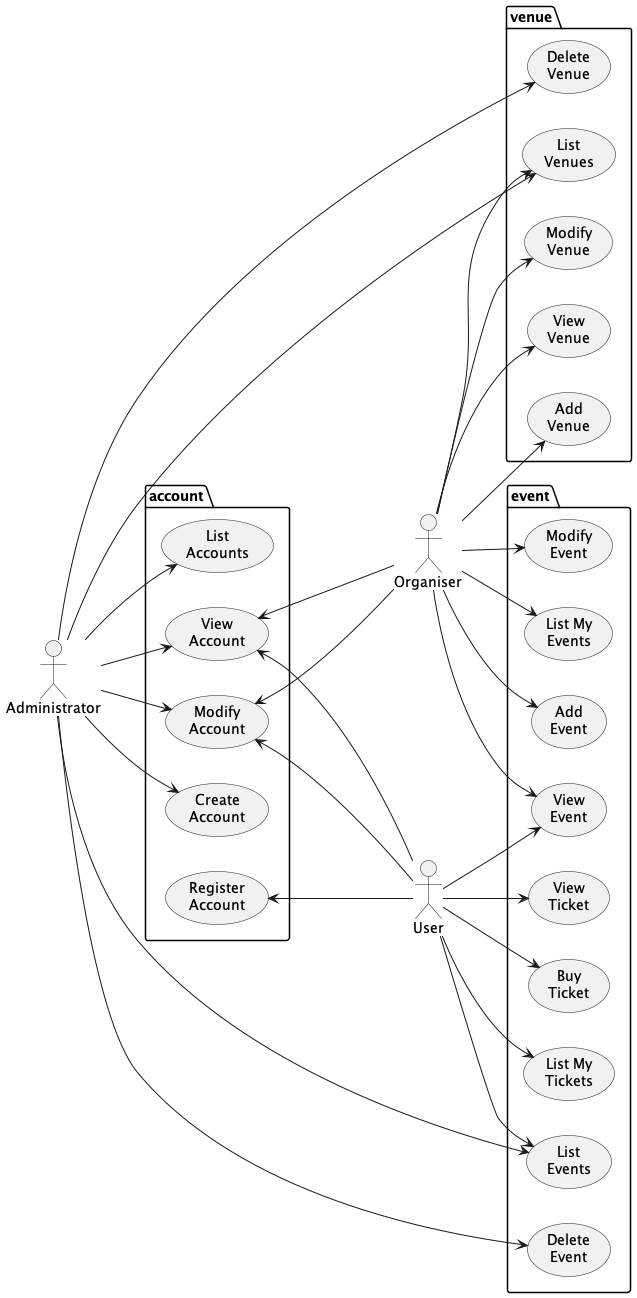
Earlier version of the PlantUML export 01-requirements-solution/images/usecase.png (mrle0429/Event-Management-System). Source of this version:
```plantuml
@startuml usecase
    left to right direction

    actor Administrator as a
    actor Organiser as o
    actor User as u

    package venue {
        usecase "Add\nVenue" as av
        usecase "Modify\nVenue" as ev
        usecase "Delete\nVenue" as dv
        usecase "List\nVenues" as lv
        usecase "View\nVenue" as vv
    }



    package account {
        usecase "Create\nAccount" as ca
        usecase "List\nAccounts" as la
        usecase "Modify\nAccount" as ma
        usecase "View\nAccount" as va
        usecase "Register\nAccount" as ra
    }
    package event {
        usecase "Add\nEvent" as ae
        usecase "Modify\nEvent" as ee
        usecase "Delete\nEvent" as de
        usecase "List\nEvents" as le
        usecase "List My\nEvents" as lme
        usecase "View\nEvent" as ve
        usecase "List My\nTickets" as lt
        usecase "View\nTicket" as vt
        usecase "Buy\nTicket" as bt
    }


    a --> ca
    a --> la
    a --> ma
    a --> va
    va <--- o
    ma <--- o
    va <-- u
    ma <-- u
    ra <-- u

    o --> lv
    o --> vv
    o --> av
    o --> ev
    a --> dv
    a --> lv

    o --> lme
    o --> ve
    o --> ae
    o --> ee
    a --> de
    a --> le

    u --> le
    u --> ve
    u --> lt
    u --> vt
    u --> bt
@enduml
```
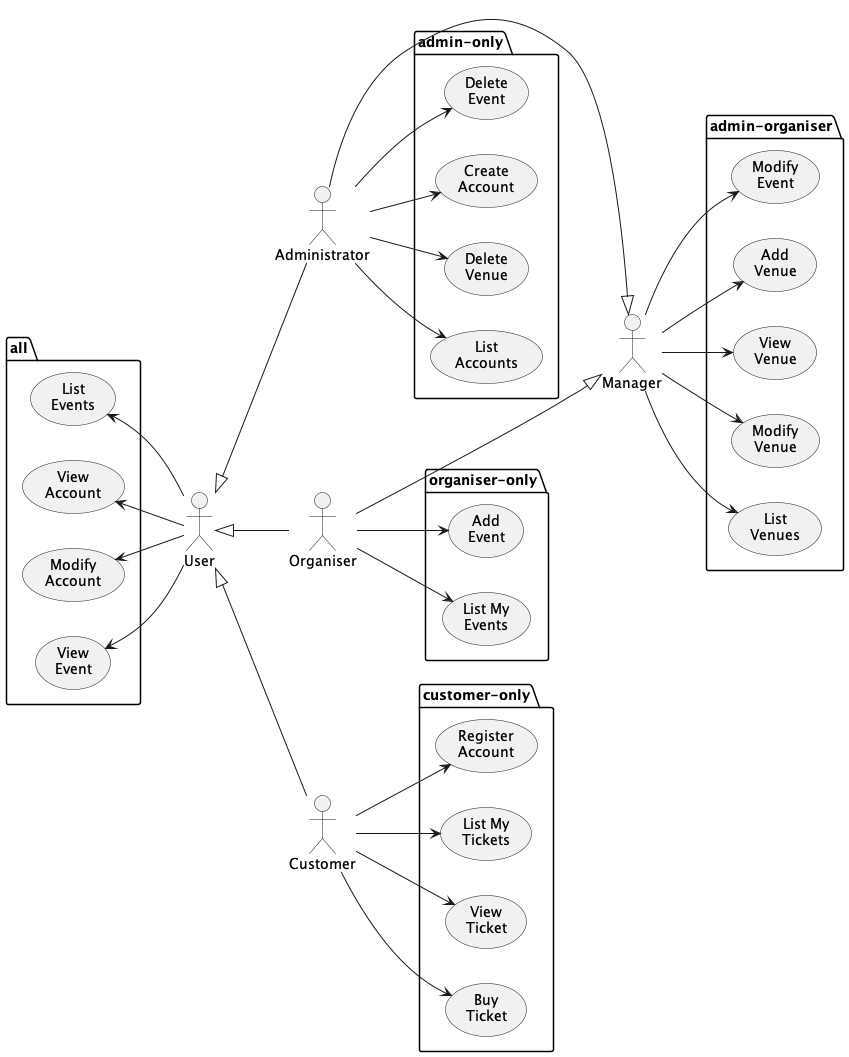
The same diagram one commit later.

What changed in the source:
```diff
@@ -1,67 +1,74 @@
 @startuml usecase
     left to right direction
-
+    actor User as u
     actor Administrator as a
     actor Organiser as o
-    actor User as u
+    actor Customer as c
+    actor Manager as m
 
-    package venue {
-        usecase "Add\nVenue" as av
-        usecase "Modify\nVenue" as ev
+
+    package all {
+        usecase "List\nEvents" as le
+        usecase "View\nAccount" as va
+        usecase "Modify\nAccount" as ma
+        usecase "View\nEvent" as ve
+    }
+    ma <-- u
+    va <-- u
+    le <-- u
+    ve <-- u
+
+    u <|-- a
+    u <|-- o
+    u <|-- c
+    a ---|> m
+    o ---|> m
+
+    package admin-only {
+        usecase "Delete\nEvent" as de
+        usecase "Create\nAccount" as ca
         usecase "Delete\nVenue" as dv
-        usecase "List\nVenues" as lv
-        usecase "View\nVenue" as vv
+        usecase "List\nAccounts" as la
     }
 
+    a --> de
+    a --> ca
+    a --> dv
+    a --> la
 
+    package admin-organiser {
+        usecase "Modify\nEvent" as ee
+        usecase "Add\nVenue" as av
+        usecase "View\nVenue" as vv
+        usecase "Modify\nVenue" as ev
+        usecase "List\nVenues" as lv
+    }
 
-    package account {
-        usecase "Create\nAccount" as ca
-        usecase "List\nAccounts" as la
-        usecase "Modify\nAccount" as ma
-        usecase "View\nAccount" as va
+    m --> av
+    m --> ee
+    m --> lv
+    m --> vv
+    m --> ev
+
+    package customer-only {
         usecase "Register\nAccount" as ra
-    }
-    package event {
-        usecase "Add\nEvent" as ae
-        usecase "Modify\nEvent" as ee
-        usecase "Delete\nEvent" as de
-        usecase "List\nEvents" as le
-        usecase "List My\nEvents" as lme
-        usecase "View\nEvent" as ve
         usecase "List My\nTickets" as lt
         usecase "View\nTicket" as vt
         usecase "Buy\nTicket" as bt
     }
 
 
-    a --> ca
-    a --> la
-    a --> ma
-    a --> va
-    va <--- o
-    ma <--- o
-    va <-- u
-    ma <-- u
-    ra <-- u
 
-    o --> lv
-    o --> vv
-    o --> av
-    o --> ev
-    a --> dv
-    a --> lv
+    c --> ra
+    c --> lt
+    c --> vt
+    c --> bt
+    package organiser-only {
 
+        usecase "Add\nEvent" as ae
+        usecase "List My\nEvents" as lme
+    }
     o --> lme
-    o --> ve
     o --> ae
-    o --> ee
-    a --> de
-    a --> le
 
-    u --> le
-    u --> ve
-    u --> lt
-    u --> vt
-    u --> bt
 @enduml
```
